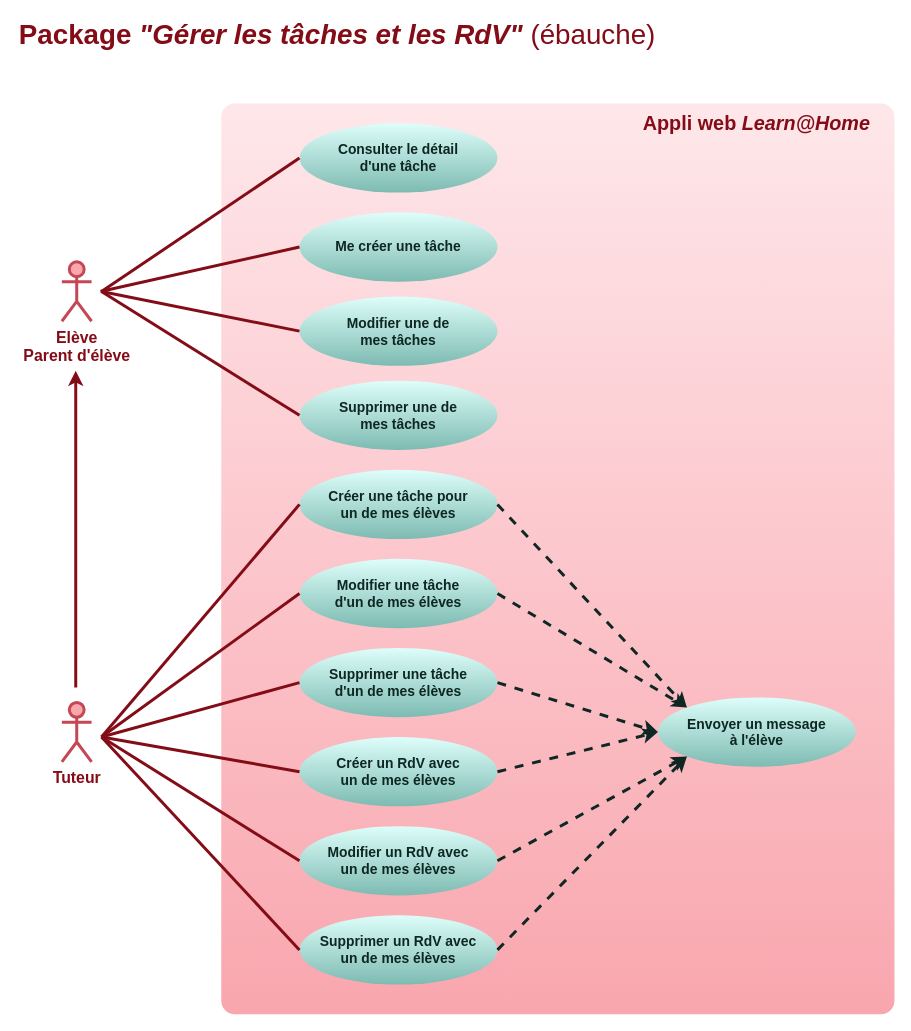
Above: doc/use-cases-manage-tasks.drawio in logic-fabric/LoicMangin_10_01052021 (draw.io), before the change. Source tidied: cells renumbered, new cells numbered last; positions are measured from the earlier drawing's top-left corner, leaving out a move shared by most shapes. Both pictures are drawn from the tidied source at 99%, with x=0, y=0 at pixel (17, 24).
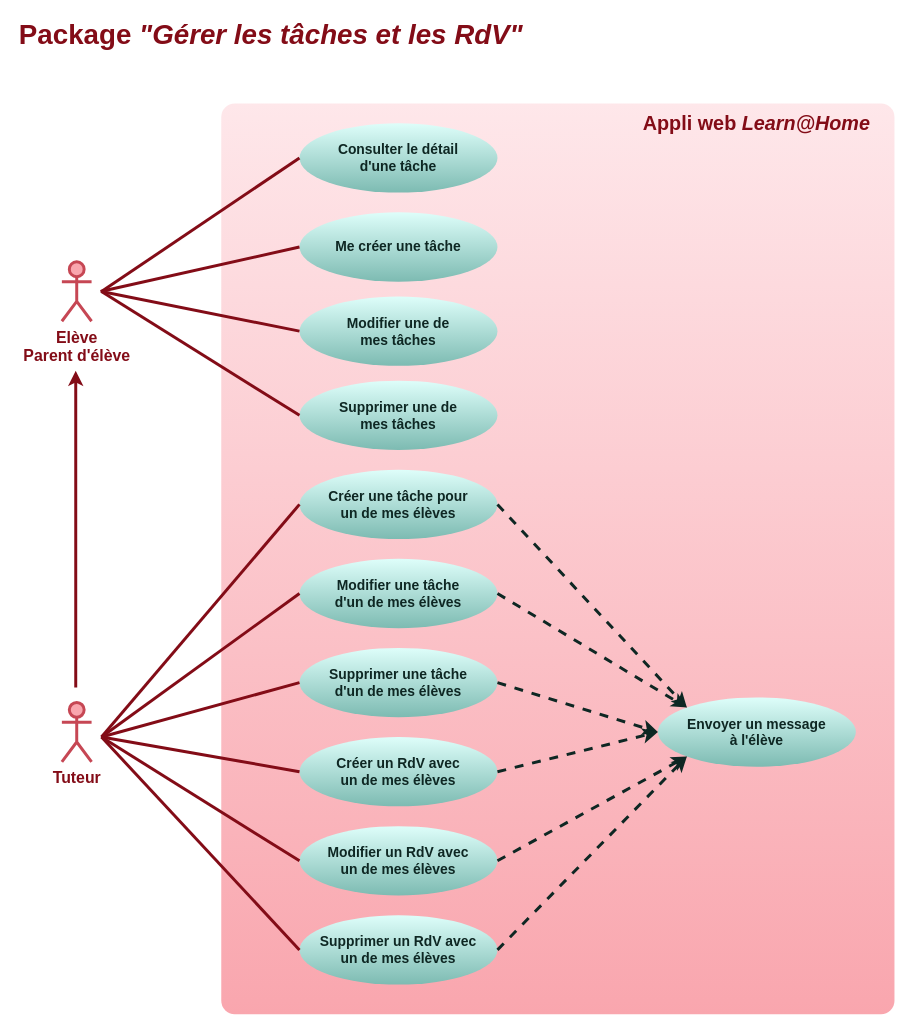
Above is the later version.

Commit message (it also covers changes not shown here):
doc: update use cases diagrams (missing logout use case)

Diff of the diagram source:
```diff
@@
-    <mxCell id="3" value="&lt;font size=&quot;1&quot; color=&quot;#830c17&quot;&gt;&lt;span style=&quot;font-size: 28px&quot;&gt;&lt;b&gt;Package &lt;/b&gt;&lt;i style=&quot;font-weight: bold&quot;&gt;&quot;Gérer les tâches et les RdV&quot;&lt;/i&gt; (ébauche)&lt;/span&gt;&lt;/font&gt;" style="text;html=1;strokeColor=none;fillColor=none;align=left;verticalAlign=middle;whiteSpace=wrap;rounded=0;fontColor=#660000;" parent="1" vertex="1">
+    <mxCell id="3" value="&lt;font size=&quot;1&quot; color=&quot;#830c17&quot;&gt;&lt;span style=&quot;font-size: 28px&quot;&gt;&lt;b&gt;Package &lt;/b&gt;&lt;i style=&quot;font-weight: bold&quot;&gt;&quot;Gérer les tâches et les RdV&quot;&lt;/i&gt;&lt;/span&gt;&lt;/font&gt;" style="text;html=1;strokeColor=none;fillColor=none;align=left;verticalAlign=middle;whiteSpace=wrap;rounded=0;fontColor=#660000;" parent="1" vertex="1">
       <mxGeometry width="655" height="20" as="geometry" />
     </mxCell>
```
